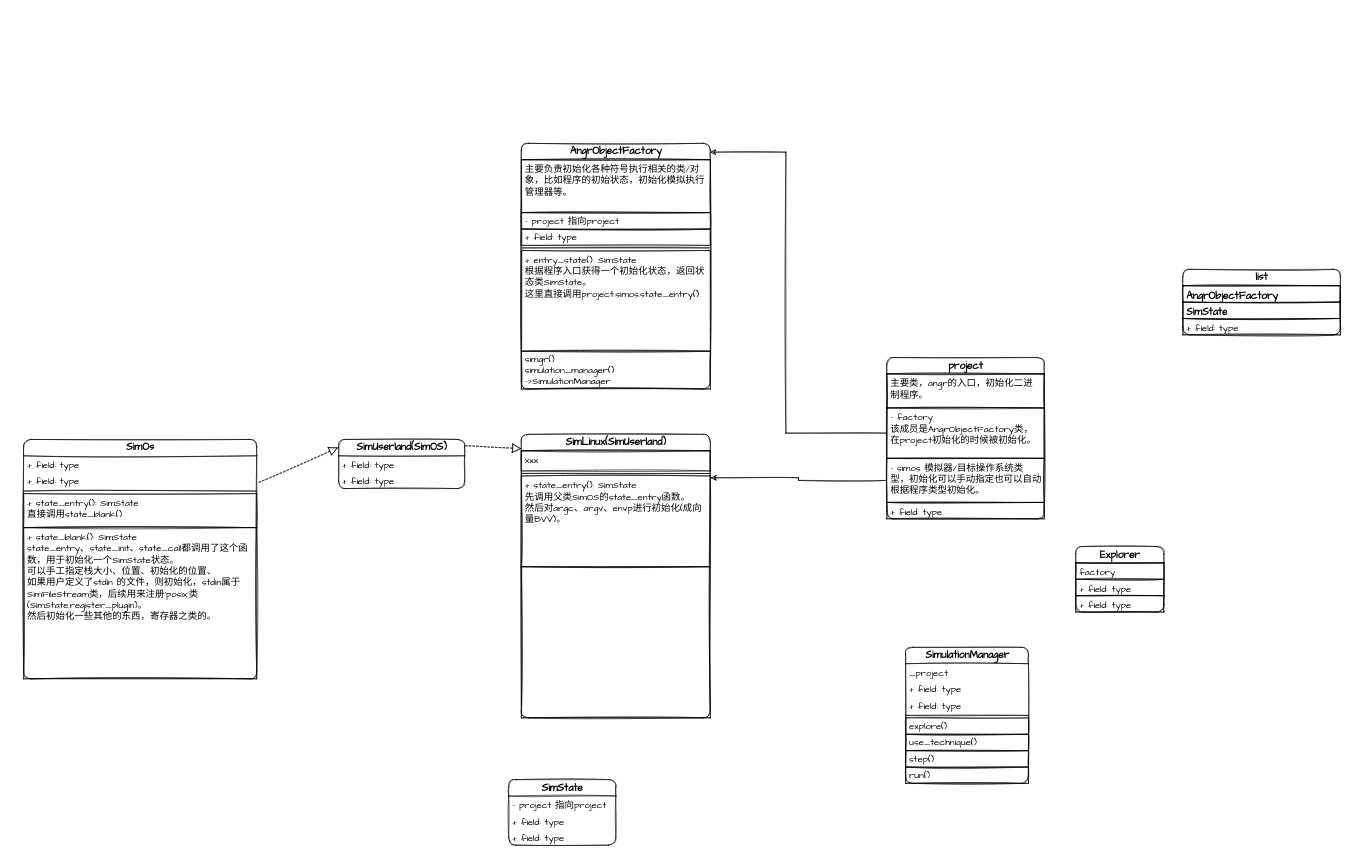
Earlier version of the draw.io diagram Untitled Diagram.drawio (chenaotian/angr-work). Source tidied: cells renumbered, new cells numbered last; positions are measured from the earlier drawing's top-left corner, leaving out a move shared by most shapes. Both pictures are drawn from the tidied source at 63%, with x=0, y=0 at pixel (23, 143).
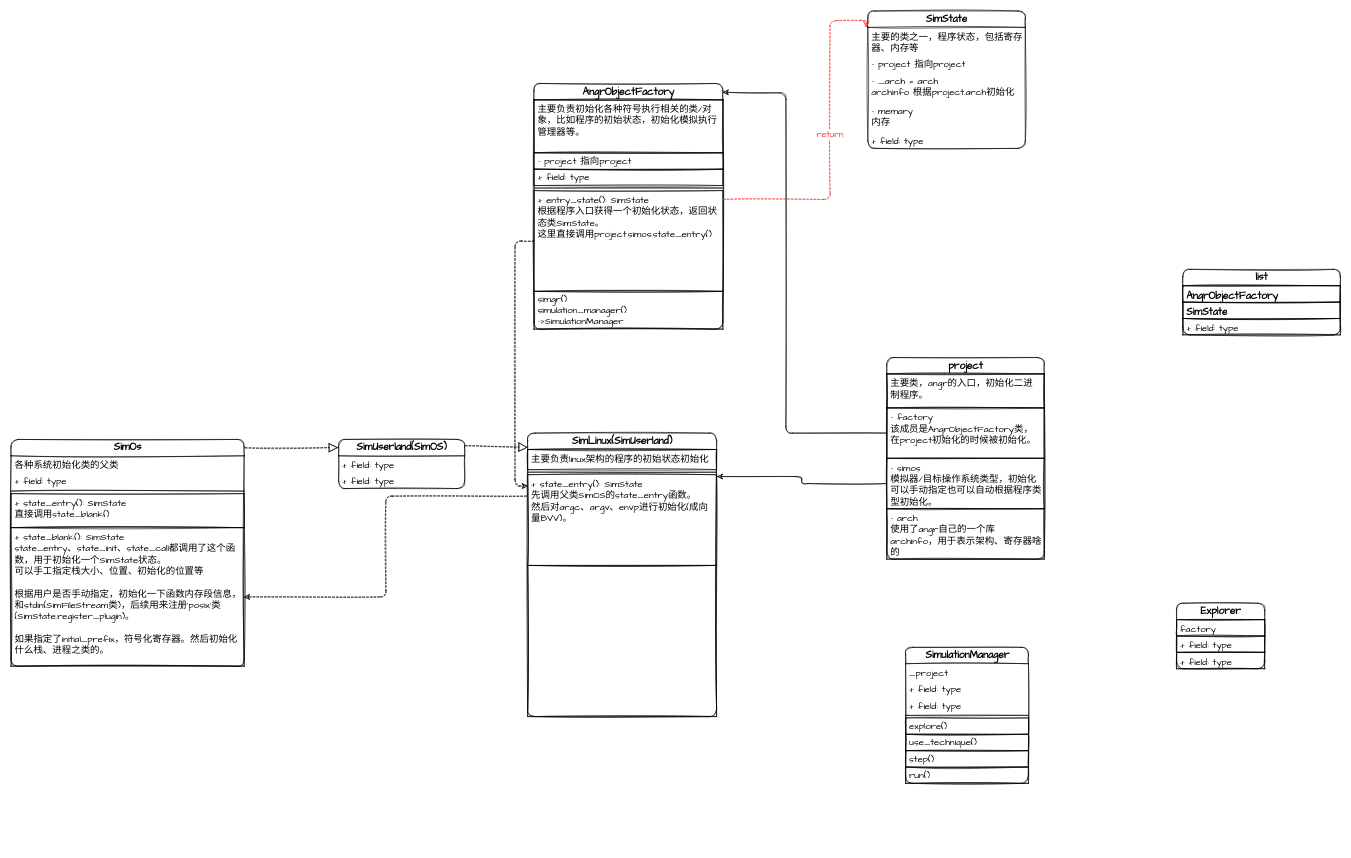
The same page after the edit.

The change refers to these unchanged cells:
```xml
<mxCell id="4" value="- factory&lt;br&gt;该成员是AngrObjectFactory类，在project初始化的时候被初始化。" style="text;strokeColor=default;fillColor=none;align=left;verticalAlign=top;spacingLeft=4;spacingRight=4;overflow=hidden;points=[[0,0.5],[1,0.5]];portConstraint=eastwest;shadow=0;glass=0;sketch=1;fontFamily=Comic Sans MS;fontSize=15;fontColor=default;html=1;whiteSpace=wrap;" parent="2" vertex="1">
  <mxGeometry y="80" width="250" height="80" as="geometry" />
</mxCell>
<mxCell id="12" value="&lt;div style=&quot;&quot;&gt;&lt;span style=&quot;background-color: initial;&quot;&gt;+ entry_state(): SimState&lt;/span&gt;&lt;/div&gt;&lt;div style=&quot;&quot;&gt;根据程序入口获得一个初始化状态，返回状态类SimState。&lt;/div&gt;&lt;div style=&quot;&quot;&gt;这里直接调用project.simos.state_entry()&lt;/div&gt;" style="text;strokeColor=default;fillColor=none;align=left;verticalAlign=top;spacingLeft=4;spacingRight=4;overflow=hidden;points=[[0,0.5],[1,0.5]];portConstraint=eastwest;shadow=0;glass=0;sketch=1;fontFamily=Comic Sans MS;fontSize=15;fontColor=default;html=1;whiteSpace=wrap;" parent="7" vertex="1">
  <mxGeometry y="170" width="300" height="160" as="geometry" />
</mxCell>
<mxCell id="39" value="+ state_entry(): SimState&lt;br&gt;先调用父类SimOS的state_entry函数。&lt;br&gt;然后对argc、argv、envp进行初始化(成向量BVV)。" style="text;strokeColor=default;fillColor=none;align=left;verticalAlign=top;spacingLeft=4;spacingRight=4;overflow=hidden;points=[[0,0.5],[1,0.5]];portConstraint=eastwest;shadow=0;glass=0;sketch=1;fontFamily=Comic Sans MS;fontSize=15;fontColor=default;html=1;whiteSpace=wrap;" parent="36" vertex="1">
  <mxGeometry y="66" width="300" height="144" as="geometry" />
</mxCell>
<mxCell id="42" value="SimUserland(SimOS)" style="swimlane;fontStyle=1;horizontal=1;startSize=26;fillColor=none;shadow=0;glass=0;sketch=1;fontFamily=Comic Sans MS;fontSize=16;fontColor=default;strokeColor=default;html=1;swimlaneLine=1;rounded=1;labelBackgroundColor=none;labelBorderColor=none;" parent="1" vertex="1">
  <mxGeometry x="500" y="470" width="200" height="78" as="geometry" />
</mxCell>
```

What changed in the source:
```diff
@@
     <mxCell id="2" value="project" style="swimlane;fontStyle=1;horizontal=1;startSize=26;fillColor=none;shadow=0;glass=0;sketch=1;fontFamily=Comic Sans MS;fontSize=16;fontColor=default;strokeColor=default;html=1;swimlaneLine=1;rounded=1;labelBackgroundColor=none;labelBorderColor=none;" parent="1" vertex="1">
-      <mxGeometry x="1370" y="340" width="250" height="256" as="geometry" />
+      <mxGeometry x="1370" y="340" width="250" height="320" as="geometry" />
     </mxCell>
@@
-    <mxCell id="5" value="- simos 模拟器/目标操作系统类型，初始化可以手动指定也可以自动根据程序类型初始化。" style="text;strokeColor=default;fillColor=none;align=left;verticalAlign=top;spacingLeft=4;spacingRight=4;overflow=hidden;points=[[0,0.5],[1,0.5]];portConstraint=eastwest;shadow=0;glass=0;sketch=1;fontFamily=Comic Sans MS;fontSize=15;fontColor=default;html=1;whiteSpace=wrap;" parent="2" vertex="1">
-      <mxGeometry y="160" width="250" height="70" as="geometry" />
+    <mxCell id="5" value="- simos &lt;br&gt;模拟器/目标操作系统类型，初始化可以手动指定也可以自动根据程序类型初始化。" style="text;strokeColor=default;fillColor=none;align=left;verticalAlign=top;spacingLeft=4;spacingRight=4;overflow=hidden;points=[[0,0.5],[1,0.5]];portConstraint=eastwest;shadow=0;glass=0;sketch=1;fontFamily=Comic Sans MS;fontSize=15;fontColor=default;html=1;whiteSpace=wrap;" parent="2" vertex="1">
+      <mxGeometry y="160" width="250" height="80" as="geometry" />
     </mxCell>
-    <mxCell id="6" value="+ field: type" style="text;strokeColor=default;fillColor=none;align=left;verticalAlign=top;spacingLeft=4;spacingRight=4;overflow=hidden;shadow=0;glass=0;sketch=1;fontFamily=Comic Sans MS;fontSize=15;fontColor=default;html=1;" parent="2" vertex="1">
-      <mxGeometry y="230" width="250" height="26" as="geometry" />
+    <mxCell id="6" value="- arch&amp;nbsp;&lt;br&gt;使用了angr自己的一个库archinfo，用于表示架构、寄存器啥的" style="text;strokeColor=default;fillColor=none;align=left;verticalAlign=top;spacingLeft=4;spacingRight=4;overflow=hidden;shadow=0;glass=0;sketch=1;fontFamily=Comic Sans MS;fontSize=15;fontColor=default;html=1;whiteSpace=wrap;" parent="2" vertex="1">
+      <mxGeometry y="240" width="250" height="80" as="geometry" />
     </mxCell>
     <mxCell id="7" value="AngrObjectFactory" style="swimlane;fontStyle=1;horizontal=1;startSize=26;fillColor=none;shadow=0;glass=0;sketch=1;fontFamily=Comic Sans MS;fontSize=16;fontColor=default;strokeColor=default;html=1;swimlaneLine=1;rounded=1;labelBackgroundColor=none;labelBorderColor=none;" parent="1" vertex="1">
-      <mxGeometry x="790" width="300" height="390" as="geometry" />
+      <mxGeometry x="810" y="-95" width="300" height="390" as="geometry" />
     </mxCell>
@@
-    <mxCell id="14" style="edgeStyle=orthogonalEdgeStyle;rounded=0;jettySize=auto;html=1;entryX=1;entryY=0.036;entryDx=0;entryDy=0;entryPerimeter=0;fontFamily=Comic Sans MS;fontSize=16;fontColor=default;startSize=26;sketch=1;" parent="1" edge="1" source="4" target="7">
+    <mxCell id="14" style="edgeStyle=orthogonalEdgeStyle;rounded=1;jettySize=auto;html=1;entryX=1;entryY=0.036;entryDx=0;entryDy=0;entryPerimeter=0;fontFamily=Comic Sans MS;fontSize=16;fontColor=default;startSize=26;sketch=1;" parent="1" edge="1" source="4" target="7">
       <mxGeometry relative="1" as="geometry">
         <Array as="points">
           <mxPoint x="1210" y="460" />
-          <mxPoint x="1210" y="14" />
+          <mxPoint x="1210" y="-80" />
         </Array>
       </mxGeometry>
     </mxCell>
     <mxCell id="15" value="SimState" style="swimlane;fontStyle=1;horizontal=1;startSize=26;fillColor=none;shadow=0;glass=0;sketch=1;fontFamily=Comic Sans MS;fontSize=16;fontColor=default;strokeColor=default;html=1;swimlaneLine=1;rounded=1;labelBackgroundColor=none;labelBorderColor=none;" parent="1" vertex="1">
-      <mxGeometry x="770" y="1010" width="170" height="104" as="geometry" />
+      <mxGeometry x="1340" y="-210" width="250" height="218" as="geometry" />
     </mxCell>
+    <mxCell id="53" value="主要的类之一，程序状态，包括寄存器、内存等" style="text;strokeColor=none;fillColor=none;align=left;verticalAlign=top;spacingLeft=4;spacingRight=4;overflow=hidden;shadow=0;glass=0;sketch=1;fontFamily=Comic Sans MS;fontSize=15;fontColor=default;html=1;whiteSpace=wrap;" parent="15" vertex="1">
+      <mxGeometry y="26" width="250" height="44" as="geometry" />
+    </mxCell>
     <mxCell id="16" value="- project 指向project" style="text;strokeColor=none;fillColor=none;align=left;verticalAlign=top;spacingLeft=4;spacingRight=4;overflow=hidden;shadow=0;glass=0;sketch=1;fontFamily=Comic Sans MS;fontSize=15;fontColor=default;html=1;" parent="15" vertex="1">
-      <mxGeometry y="26" width="170" height="26" as="geometry" />
+      <mxGeometry y="70" width="250" height="26" as="geometry" />
     </mxCell>
-    <mxCell id="17" value="+ field: type" style="text;strokeColor=none;fillColor=none;align=left;verticalAlign=top;spacingLeft=4;spacingRight=4;overflow=hidden;shadow=0;glass=0;sketch=1;fontFamily=Comic Sans MS;fontSize=15;fontColor=default;html=1;" parent="15" vertex="1">
-      <mxGeometry y="52" width="170" height="26" as="geometry" />
+    <mxCell id="17" value="- _arch = arch&lt;br&gt;archinfo 根据project.arch初始化" style="text;strokeColor=none;fillColor=none;align=left;verticalAlign=top;spacingLeft=4;spacingRight=4;overflow=hidden;shadow=0;glass=0;sketch=1;fontFamily=Comic Sans MS;fontSize=15;fontColor=default;html=1;" parent="15" vertex="1">
+      <mxGeometry y="96" width="250" height="48" as="geometry" />
     </mxCell>
+    <mxCell id="54" value="- memary&lt;br&gt;内存" style="text;strokeColor=none;fillColor=none;align=left;verticalAlign=top;spacingLeft=4;spacingRight=4;overflow=hidden;shadow=0;glass=0;sketch=1;fontFamily=Comic Sans MS;fontSize=15;fontColor=default;html=1;" parent="15" vertex="1">
+      <mxGeometry y="144" width="250" height="48" as="geometry" />
+    </mxCell>
     <mxCell id="18" value="+ field: type" style="text;strokeColor=none;fillColor=none;align=left;verticalAlign=top;spacingLeft=4;spacingRight=4;overflow=hidden;shadow=0;glass=0;sketch=1;fontFamily=Comic Sans MS;fontSize=15;fontColor=default;html=1;" parent="15" vertex="1">
-      <mxGeometry y="78" width="170" height="26" as="geometry" />
+      <mxGeometry y="192" width="250" height="26" as="geometry" />
     </mxCell>
@@
     <mxCell id="32" value="Explorer" style="swimlane;fontStyle=1;horizontal=1;startSize=26;fillColor=none;shadow=0;glass=0;sketch=1;fontFamily=Comic Sans MS;fontSize=16;fontColor=default;strokeColor=default;html=1;swimlaneLine=1;rounded=1;labelBackgroundColor=none;labelBorderColor=none;" parent="1" vertex="1">
-      <mxGeometry x="1670" y="640" width="140" height="104" as="geometry" />
+      <mxGeometry x="1830" y="730" width="140" height="104" as="geometry" />
     </mxCell>
@@
     <mxCell id="36" value="SimLinux(SimUserland)" style="swimlane;fontStyle=1;horizontal=1;startSize=26;fillColor=none;shadow=0;glass=0;sketch=1;fontFamily=Comic Sans MS;fontSize=16;fontColor=default;strokeColor=default;html=1;swimlaneLine=1;rounded=1;labelBackgroundColor=none;labelBorderColor=none;" parent="1" vertex="1">
-      <mxGeometry x="790" y="462" width="300" height="450" as="geometry" />
+      <mxGeometry x="800" y="460" width="300" height="450" as="geometry" />
     </mxCell>
-    <mxCell id="37" value="xxx" style="text;strokeColor=default;fillColor=none;align=left;verticalAlign=top;spacingLeft=4;spacingRight=4;overflow=hidden;shadow=0;glass=0;sketch=1;fontFamily=Comic Sans MS;fontSize=15;fontColor=default;html=1;" parent="36" vertex="1">
+    <mxCell id="37" value="主要负责linux架构的程序的初始状态初始化" style="text;strokeColor=default;fillColor=none;align=left;verticalAlign=top;spacingLeft=4;spacingRight=4;overflow=hidden;shadow=0;glass=0;sketch=1;fontFamily=Comic Sans MS;fontSize=15;fontColor=default;html=1;" parent="36" vertex="1">
       <mxGeometry y="26" width="300" height="32" as="geometry" />
     </mxCell>
@@
-    <mxCell id="41" style="edgeStyle=orthogonalEdgeStyle;rounded=0;jettySize=auto;html=1;entryX=1.003;entryY=0.153;entryDx=0;entryDy=0;entryPerimeter=0;sketch=1;" parent="1" edge="1" source="5" target="36">
+    <mxCell id="41" style="edgeStyle=orthogonalEdgeStyle;rounded=1;jettySize=auto;html=1;entryX=1.003;entryY=0.153;entryDx=0;entryDy=0;entryPerimeter=0;sketch=1;" parent="1" edge="1" source="5" target="36">
       <mxGeometry relative="1" as="geometry" />
     </mxCell>
@@
     <mxCell id="45" value="SimOs" style="swimlane;fontStyle=1;horizontal=1;startSize=26;fillColor=none;shadow=0;glass=0;sketch=1;fontFamily=Comic Sans MS;fontSize=16;fontColor=default;strokeColor=default;html=1;swimlaneLine=1;rounded=1;labelBackgroundColor=none;labelBorderColor=none;" parent="1" vertex="1">
-      <mxGeometry y="470" width="370" height="380" as="geometry" />
+      <mxGeometry x="-20" y="470" width="370" height="360" as="geometry" />
     </mxCell>
-    <mxCell id="46" value="+ field: type" style="text;strokeColor=none;fillColor=none;align=left;verticalAlign=top;spacingLeft=4;spacingRight=4;overflow=hidden;shadow=0;glass=0;sketch=1;fontFamily=Comic Sans MS;fontSize=15;fontColor=default;html=1;" parent="45" vertex="1">
+    <mxCell id="46" value="各种系统初始化类的父类" style="text;strokeColor=none;fillColor=none;align=left;verticalAlign=top;spacingLeft=4;spacingRight=4;overflow=hidden;shadow=0;glass=0;sketch=1;fontFamily=Comic Sans MS;fontSize=15;fontColor=default;html=1;" parent="45" vertex="1">
       <mxGeometry y="26" width="370" height="26" as="geometry" />
     </mxCell>
@@
-    <mxCell id="50" value="+ state_blank(): SimState&lt;br&gt;state_entry、state_init、state_call都调用了这个函数，用于初始化一个SimState状态。&lt;br&gt;可以手工指定栈大小、位置、初始化的位置、&lt;br&gt;如果用户定义了stdin 的文件，则初始化，stdin属于SimFileStream类，后续用来注册'posix'类(SimState.register_plugin)。&lt;br&gt;然后初始化一些其他的东西，寄存器之类的。" style="text;strokeColor=default;fillColor=none;align=left;verticalAlign=top;spacingLeft=4;spacingRight=4;overflow=hidden;points=[[0,0.5],[1,0.5]];portConstraint=eastwest;shadow=0;glass=0;sketch=1;fontFamily=Comic Sans MS;fontSize=15;fontColor=default;html=1;whiteSpace=wrap;" parent="45" vertex="1">
-      <mxGeometry y="140" width="370" height="240" as="geometry" />
+    <mxCell id="50" value="+ state_blank(): SimState&lt;br&gt;state_entry、state_init、state_call都调用了这个函数，用于初始化一个SimState状态。&lt;br&gt;可以手工指定栈大小、位置、初始化的位置等&lt;br&gt;&lt;br&gt;根据用户是否手动指定，初始化一下函数内存段信息，和stdin(SimFileStream类)，后续用来注册'posix'类(SimState.register_plugin)。&lt;br&gt;&lt;br&gt;如果指定了initial_prefix，符号化寄存器。然后初始化什么栈、进程之类的。" style="text;strokeColor=default;fillColor=none;align=left;verticalAlign=top;spacingLeft=4;spacingRight=4;overflow=hidden;points=[[0,0.5],[1,0.5]];portConstraint=eastwest;shadow=0;glass=0;sketch=1;fontFamily=Comic Sans MS;fontSize=15;fontColor=default;html=1;whiteSpace=wrap;" parent="45" vertex="1">
+      <mxGeometry y="140" width="370" height="220" as="geometry" />
     </mxCell>
-    <mxCell id="51" style="endArrow=block;dashed=1;endFill=0;endSize=12;html=1;rounded=0;sketch=1;fontFamily=Comic Sans MS;exitX=1.01;exitY=0.179;exitDx=0;exitDy=0;exitPerimeter=0;entryX=-0.005;entryY=0.167;entryDx=0;entryDy=0;entryPerimeter=0;" parent="1" edge="1" source="45" target="42">
+    <mxCell id="51" style="endArrow=block;dashed=1;endFill=0;endSize=12;html=1;rounded=1;sketch=1;fontFamily=Comic Sans MS;exitX=1.005;exitY=0.037;exitDx=0;exitDy=0;exitPerimeter=0;entryX=-0.005;entryY=0.167;entryDx=0;entryDy=0;entryPerimeter=0;" parent="1" edge="1" source="45" target="42">
       <mxGeometry relative="1" as="geometry" />
     </mxCell>
-    <mxCell id="52" style="endArrow=block;dashed=1;endFill=0;endSize=12;html=1;rounded=0;sketch=1;fontFamily=Comic Sans MS;exitX=1.005;exitY=0.128;exitDx=0;exitDy=0;exitPerimeter=0;entryX=0;entryY=0.05;entryDx=0;entryDy=0;entryPerimeter=0;" parent="1" edge="1" source="42" target="36">
+    <mxCell id="52" style="endArrow=block;dashed=1;endFill=0;endSize=12;html=1;rounded=1;sketch=1;fontFamily=Comic Sans MS;exitX=1.005;exitY=0.128;exitDx=0;exitDy=0;exitPerimeter=0;entryX=0;entryY=0.05;entryDx=0;entryDy=0;entryPerimeter=0;" parent="1" edge="1" source="42" target="36">
       <mxGeometry relative="1" as="geometry" />
     </mxCell>
+    <mxCell id="55" style="edgeStyle=orthogonalEdgeStyle;sketch=1;jettySize=auto;html=1;fontFamily=Comic Sans MS;strokeColor=default;dashed=1;rounded=1;exitX=-0.007;exitY=0.236;exitDx=0;exitDy=0;exitPerimeter=0;" parent="1" edge="1" source="39" target="50">
+      <mxGeometry relative="1" as="geometry" />
+    </mxCell>
+    <mxCell id="56" style="edgeStyle=orthogonalEdgeStyle;sketch=1;jettySize=auto;html=1;entryX=0;entryY=0.125;entryDx=0;entryDy=0;dashed=1;fontFamily=Comic Sans MS;strokeColor=default;entryPerimeter=0;" parent="1" edge="1" source="12" target="39">
+      <mxGeometry relative="1" as="geometry" />
+    </mxCell>
+    <mxCell id="57" value="&lt;font color=&quot;#ff3333&quot; style=&quot;font-size: 14px;&quot;&gt;return&lt;/font&gt;" style="html=1;verticalAlign=bottom;endArrow=open;dashed=1;endSize=8;rounded=1;sketch=1;fontFamily=Comic Sans MS;strokeColor=#FF3333;entryX=-0.01;entryY=0.119;entryDx=0;entryDy=0;entryPerimeter=0;edgeStyle=orthogonalEdgeStyle;exitX=1.003;exitY=0.088;exitDx=0;exitDy=0;exitPerimeter=0;" parent="1" edge="1" source="12" target="15">
+      <mxGeometry relative="1" as="geometry">
+        <Array as="points">
+          <mxPoint x="1280" y="89" />
+          <mxPoint x="1280" y="-195" />
+        </Array>
+      </mxGeometry>
+    </mxCell>
```
